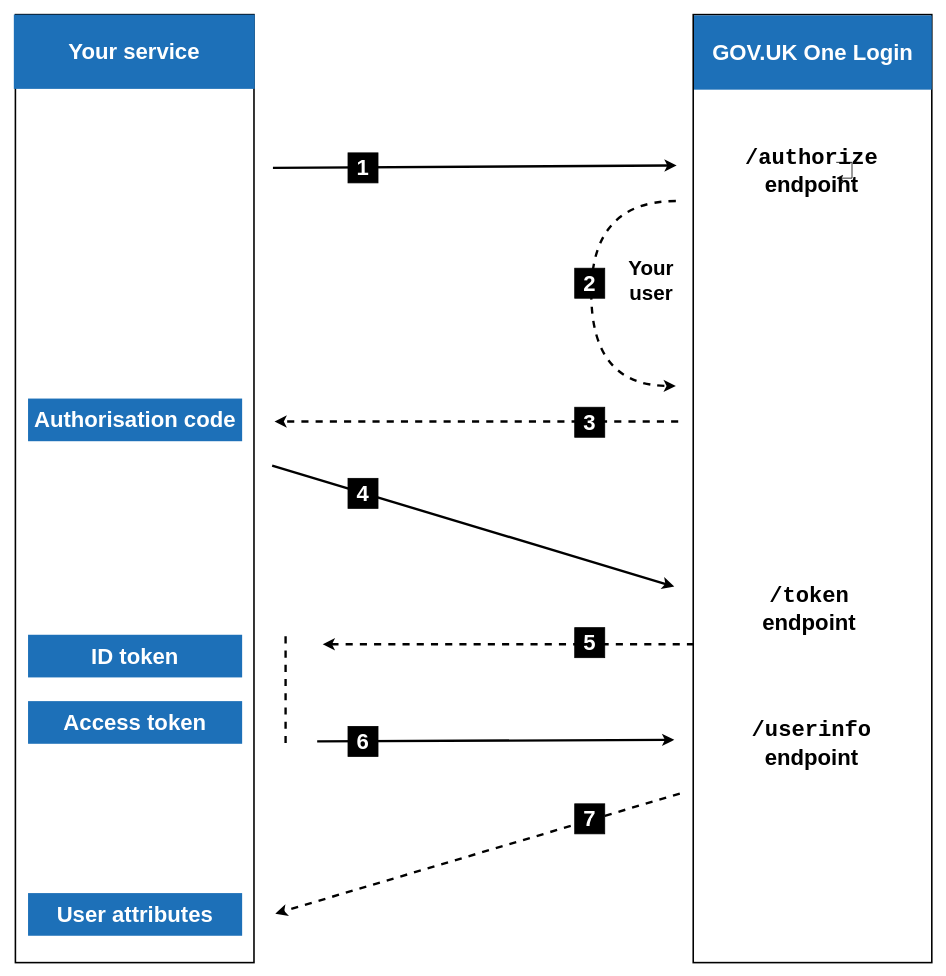
govuk-one-login/tech-docs keeps this draw.io diagram as source/images/originals/technical-flow-diagram.drawio. Above is the earlier version. Source tidied: cells renumbered, new cells numbered last; positions are measured from the earlier drawing's top-left corner, leaving out a move shared by most shapes. Both pictures are drawn from the tidied source at 79%, with x=0, y=0 at pixel (13, 14).
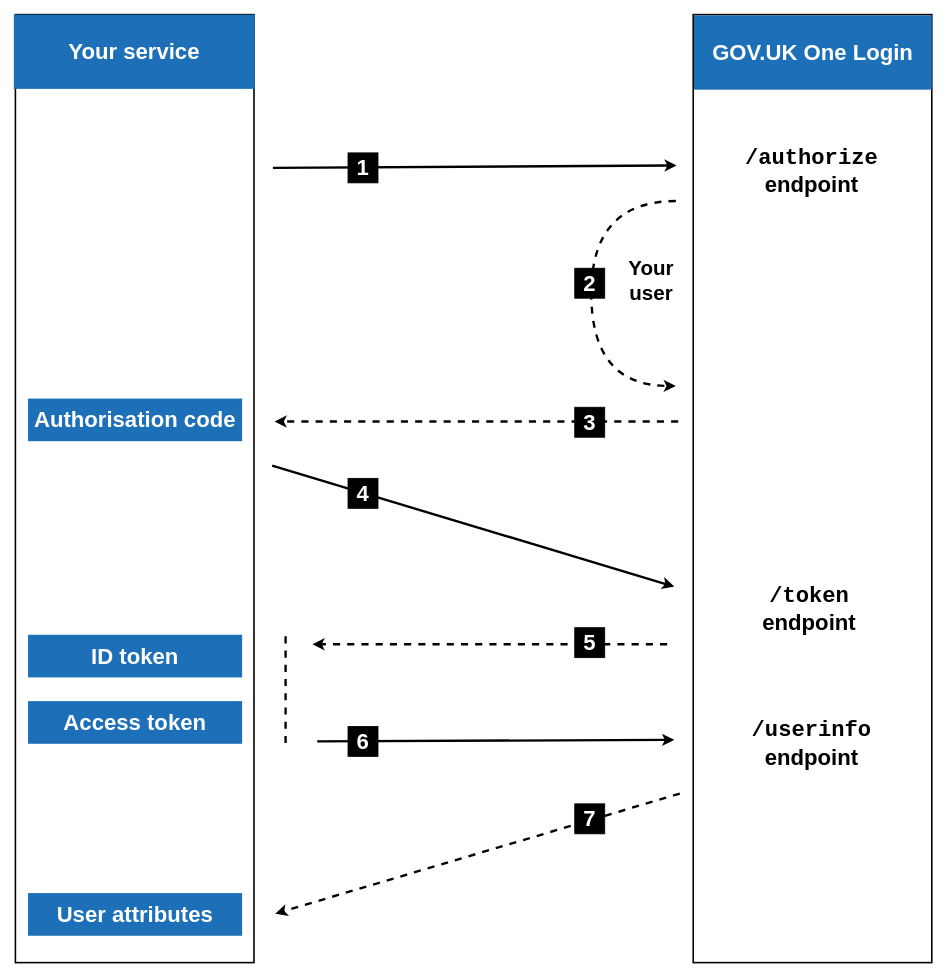
The same diagram, later.

Commit message (it also covers changes not shown here):
final edits prior to publication

- remove rogue arrow head
- remove temporary layer containg origigal SVG - the old diagram is in git history if needed

Unchanged cells that the change refers to:
```xml
<mxCell id="11" value="&lt;font face=&quot;Courier New&quot;&gt;/authorize&lt;/font&gt;&lt;div&gt;endpoint&lt;/div&gt;" style="text;html=1;align=center;verticalAlign=middle;whiteSpace=wrap;rounded=0;fontSize=28;fontFamily=Helvetica;fontStyle=1;" parent="1" vertex="1">
  <mxGeometry x="979" y="182" width="62" height="30" as="geometry" />
</mxCell>
```

Diff of the diagram source:
```diff
@@
     <mxCell id="20" style="endArrow=classic;html=1;rounded=0;strokeWidth=3;endFill=1;dashed=1;" parent="1" edge="1">
       <mxGeometry relative="1" as="geometry">
-        <mxPoint x="861" y="797" as="sourcePoint" />
-        <mxPoint x="391" y="797" as="targetPoint" />
+        <mxPoint x="827" y="797" as="sourcePoint" />
+        <mxPoint x="378" y="797" as="targetPoint" />
       </mxGeometry>
     </mxCell>
@@
-    <mxCell id="29" style="edgeStyle=orthogonalEdgeStyle;rounded=0;orthogonalLoop=1;jettySize=auto;html=1;fontStyle=1;" parent="1" edge="1" source="11" target="11">
-      <mxGeometry relative="1" as="geometry" />
-    </mxCell>
```
